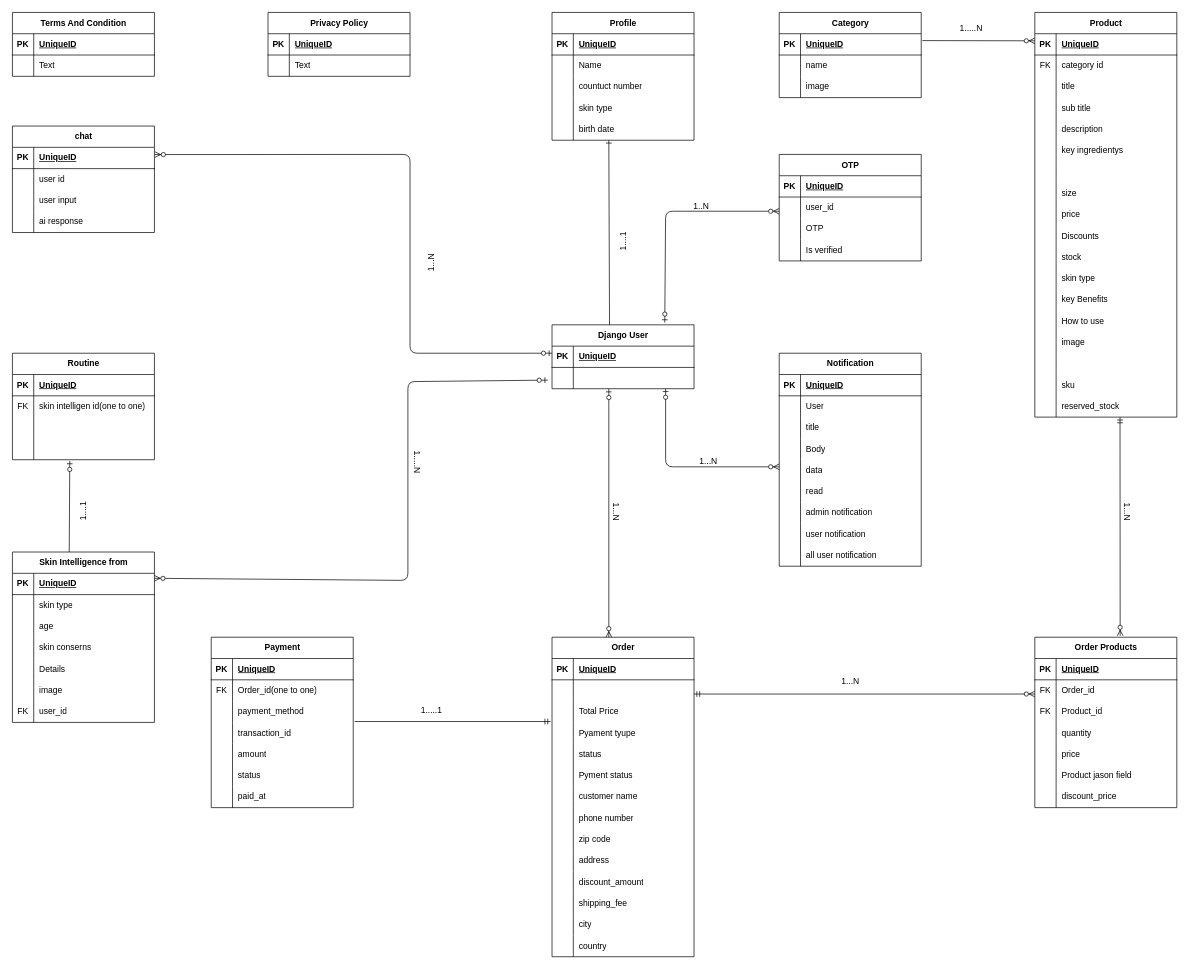
Above: entity_diagram.drawio in ROBOT-RIAD/FaceCare (draw.io), before the change. Source tidied: cells renumbered, new cells numbered last; positions are measured from the earlier drawing's top-left corner, leaving out a move shared by most shapes. Both pictures are drawn from the tidied source at 71%, with x=0, y=0 at pixel (12, 12).
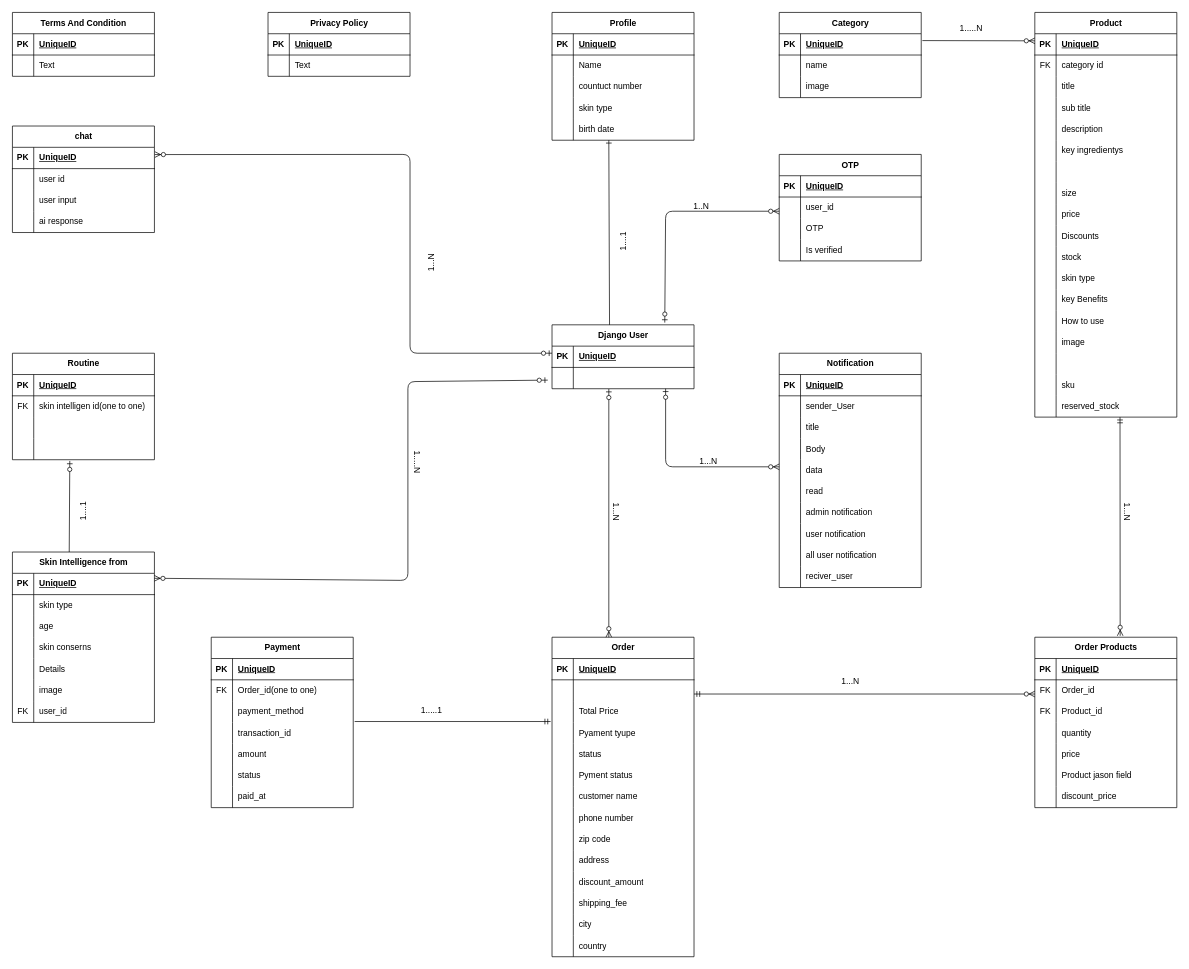
The same page after the edit.

The change refers to these unchanged cells:
```xml
<mxCell id="276" style="shape=tableRow;horizontal=0;startSize=0;swimlaneHead=0;swimlaneBody=0;fillColor=none;top=0;left=0;right=0;bottom=0;" parent="272" vertex="1">
  <mxGeometry y="60" width="200" height="30" as="geometry" />
</mxCell>
```

The edit, as a diff of the source:
```diff
@@
     <mxCell id="272" value="Notification" style="shape=table;startSize=30;childLayout=tableLayout;rowLines=0;fontStyle=1;align=center;html=1;" parent="1" vertex="1">
-      <mxGeometry x="1080" y="480" width="200" height="300" as="geometry" />
+      <mxGeometry x="1080" y="480" width="200" height="330" as="geometry" />
     </mxCell>
@@
-    <mxCell id="278" value="User" style="shape=partialRectangle;fillColor=none;top=0;left=0;bottom=0;right=0;align=left;spacingLeft=6;overflow=hidden;whiteSpace=wrap;html=1;" parent="276" vertex="1">
+    <mxCell id="278" value="sender_User" style="shape=partialRectangle;fillColor=none;top=0;left=0;bottom=0;right=0;align=left;spacingLeft=6;overflow=hidden;whiteSpace=wrap;html=1;" parent="276" vertex="1">
       <mxGeometry x="30" width="170" height="30" as="geometry" />
     </mxCell>
@@
+    <mxCell id="302" style="shape=tableRow;horizontal=0;startSize=0;swimlaneHead=0;swimlaneBody=0;fillColor=none;top=0;left=0;right=0;bottom=0;" parent="272" vertex="1">
+      <mxGeometry y="300" width="200" height="30" as="geometry" />
+    </mxCell>
+    <mxCell id="303" style="shape=partialRectangle;fillColor=none;top=0;left=0;bottom=0;right=0;overflow=hidden;whiteSpace=wrap;html=1;" parent="302" vertex="1">
+      <mxGeometry width="30" height="30" as="geometry" />
+    </mxCell>
+    <mxCell id="304" value="reciver_user" style="shape=partialRectangle;fillColor=none;top=0;left=0;bottom=0;right=0;align=left;spacingLeft=6;overflow=hidden;whiteSpace=wrap;html=1;" parent="302" vertex="1">
+      <mxGeometry x="30" width="170" height="30" as="geometry" />
+    </mxCell>
```
